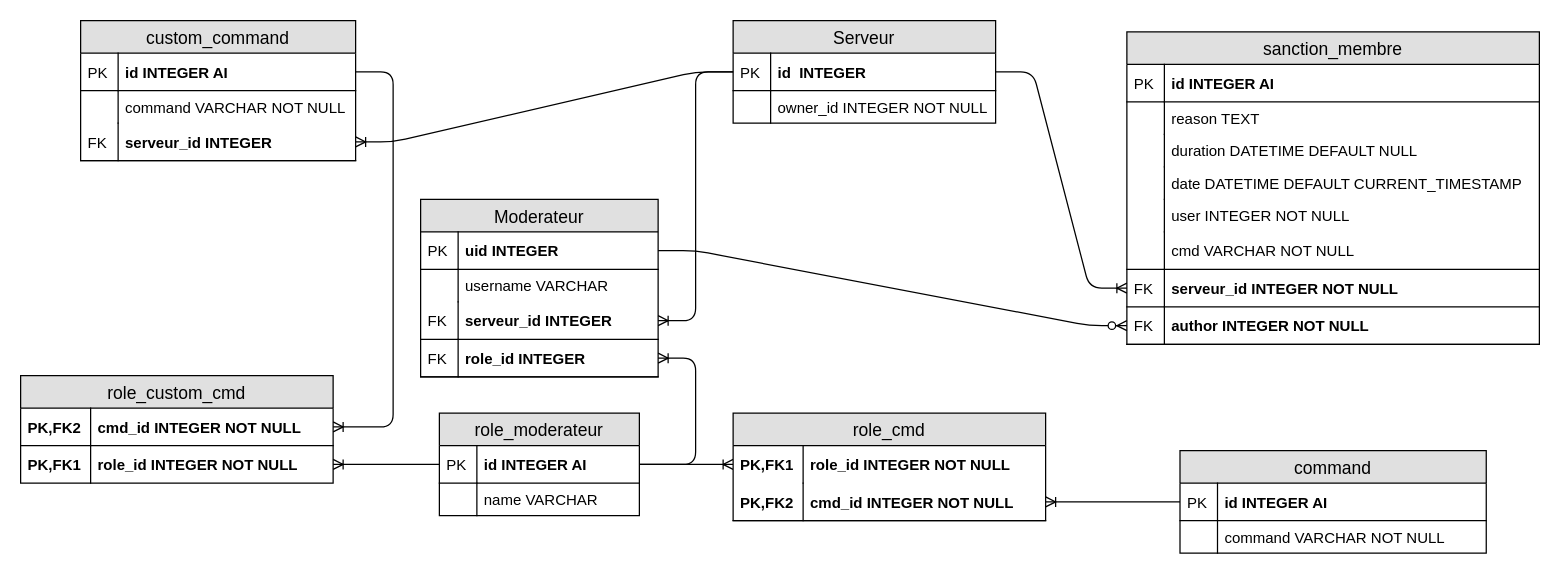
The draw.io diagram doc/schema_logique.drawio in RomainCtl/discord_project, before the edit. Source tidied: cells renumbered, new cells numbered last; positions are measured from the earlier drawing's top-left corner, leaving out a move shared by most shapes. Both pictures are drawn from the tidied source at 125%, with x=0, y=0 at pixel (20, 20).
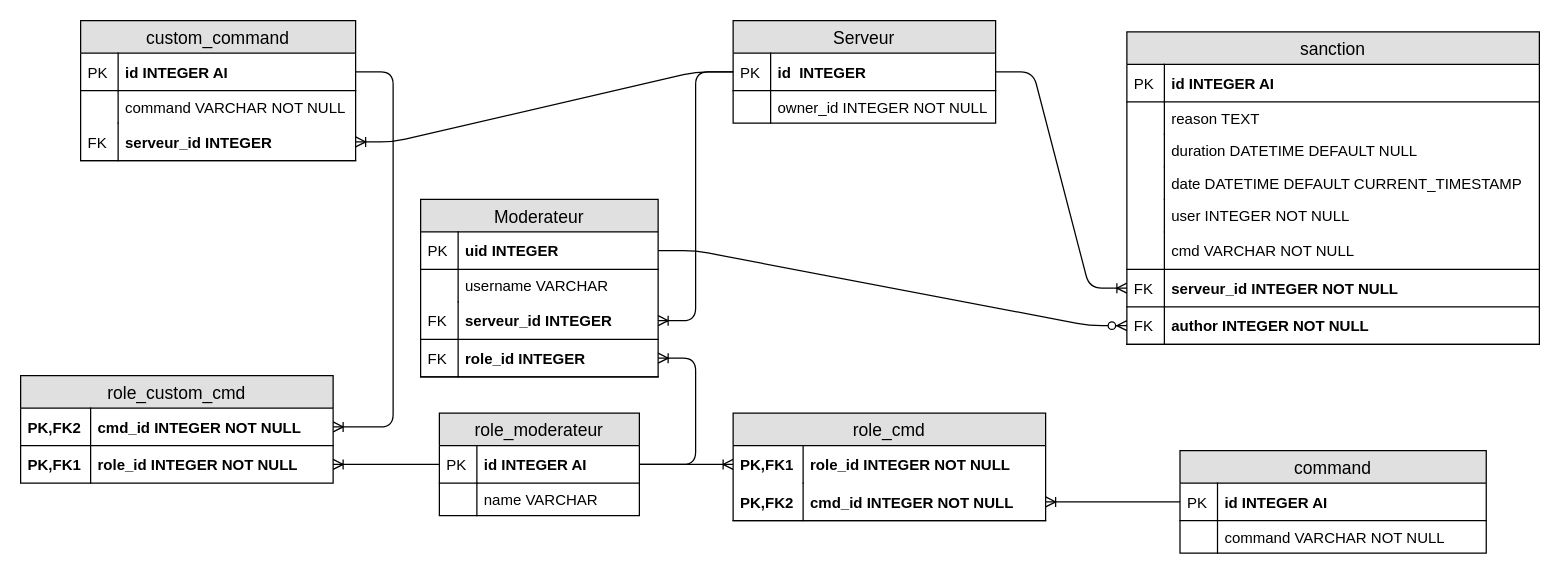
Above is the later version.

Commit message (it also covers changes not shown here):
change 'sanction_mambre' to 'sanction'

What changed in the source:
```diff
@@
-    <mxCell id="30" value="sanction_membre" style="swimlane;fontStyle=0;horizontal=1;startSize=26;fillColor=#e0e0e0;swimlaneFillColor=#ffffff;align=center;fontSize=14;strokeColor=#000000;fontColor=#000000;" parent="1" vertex="1">
+    <mxCell id="30" value="sanction" style="swimlane;fontStyle=0;horizontal=1;startSize=26;fillColor=#e0e0e0;swimlaneFillColor=#ffffff;align=center;fontSize=14;strokeColor=#000000;fontColor=#000000;" parent="1" vertex="1">
       <mxGeometry x="885" y="9" width="330" height="250" as="geometry" />
     </mxCell>
```
